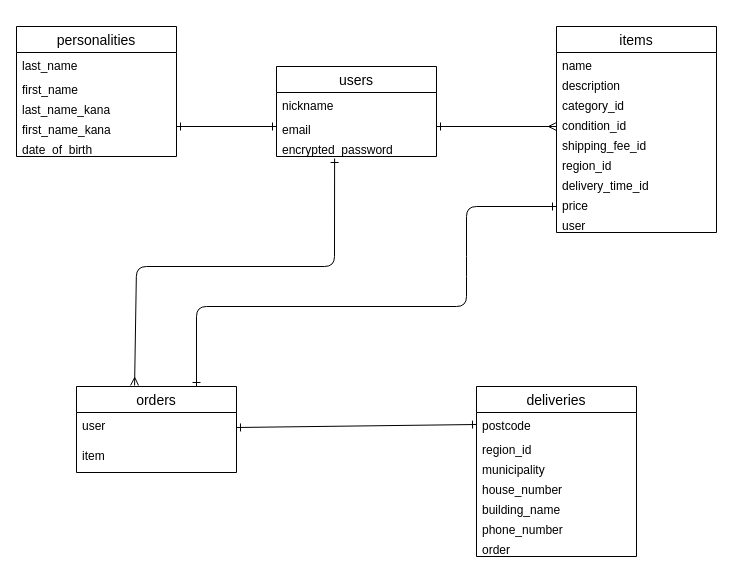
This is furima.dio from ryosuke2012/furima-38615, a draw.io file, before an edit. Source tidied: cells renumbered, new cells numbered last; positions are measured from the earlier drawing's top-left corner, leaving out a move shared by most shapes. Both pictures are drawn from the tidied source at 100%, with x=0, y=0 at pixel (16, 26).
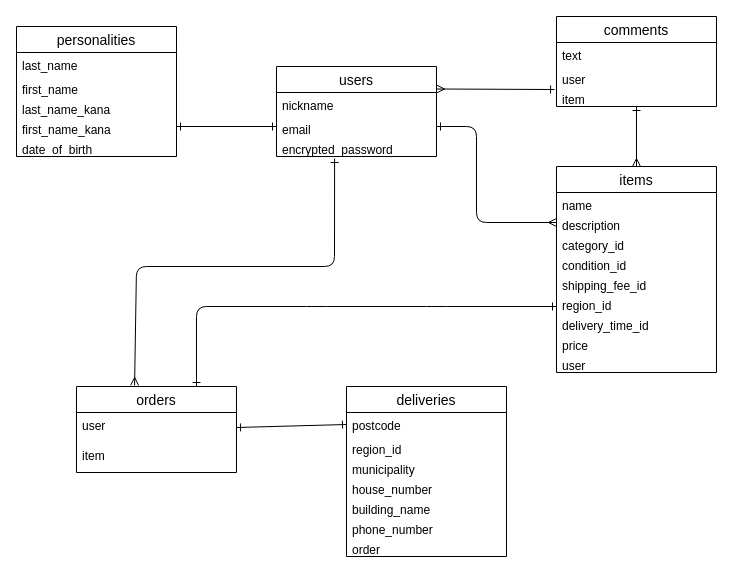
The same page after the edit.

Commit message (it also covers changes not shown here):
データベースの修正

Unchanged cells that the change refers to:
```xml
<mxCell id="2" value="users" style="swimlane;fontStyle=0;horizontal=1;startSize=26;align=center;fontSize=14;" parent="1" vertex="1">
  <mxGeometry x="260" y="40" width="160" height="90" as="geometry" />
</mxCell>
<mxCell id="8" value="description" style="text;strokeColor=none;fillColor=none;spacingLeft=4;spacingRight=4;overflow=hidden;points=[[0,0.5],[1,0.5]];portConstraint=eastwest;fontSize=12;" parent="6" vertex="1">
  <mxGeometry y="46" width="160" height="20" as="geometry" />
</mxCell>
<mxCell id="17" value="orders" style="swimlane;fontStyle=0;horizontal=1;startSize=26;align=center;fontSize=14;" parent="1" vertex="1">
  <mxGeometry x="60" y="360" width="160" height="86" as="geometry" />
</mxCell>
```

What changed in the source:
```diff
@@
+    <mxCell id="38" style="edgeStyle=none;html=1;exitX=1;exitY=0.25;exitDx=0;exitDy=0;entryX=-0.012;entryY=0.15;entryDx=0;entryDy=0;entryPerimeter=0;startArrow=ERmany;startFill=0;endArrow=ERone;endFill=0;" parent="1" edge="1" source="2" target="43">
+      <mxGeometry relative="1" as="geometry" />
+    </mxCell>
@@
+    <mxCell id="39" style="edgeStyle=none;html=1;exitX=0.5;exitY=0;exitDx=0;exitDy=0;entryX=0.5;entryY=1;entryDx=0;entryDy=0;entryPerimeter=0;startArrow=ERmany;startFill=0;endArrow=ERone;endFill=0;" parent="1" edge="1" source="6" target="43">
+      <mxGeometry relative="1" as="geometry" />
+    </mxCell>
     <mxCell id="6" value="items" style="swimlane;fontStyle=0;horizontal=1;startSize=26;align=center;fontSize=14;" parent="1" vertex="1">
-      <mxGeometry x="540" width="160" height="206" as="geometry" />
+      <mxGeometry x="540" y="140" width="160" height="206" as="geometry" />
     </mxCell>
@@
     <mxCell id="20" value="deliveries" style="swimlane;fontStyle=0;horizontal=1;startSize=26;align=center;fontSize=14;" parent="1" vertex="1">
-      <mxGeometry x="460" y="360" width="160" height="170" as="geometry" />
+      <mxGeometry x="330" y="360" width="160" height="170" as="geometry" />
     </mxCell>
@@
-    <mxCell id="28" style="edgeStyle=none;html=1;endArrow=ERmany;endFill=0;startArrow=ERone;startFill=0;exitX=1;exitY=0.5;exitDx=0;exitDy=0;" parent="1" edge="1">
+    <mxCell id="28" style="edgeStyle=none;html=1;endArrow=ERmany;endFill=0;startArrow=ERone;startFill=0;exitX=1;exitY=0.5;exitDx=0;exitDy=0;entryX=0;entryY=0.5;entryDx=0;entryDy=0;" parent="1" edge="1" target="8">
       <mxGeometry relative="1" as="geometry">
         <mxPoint x="420" y="100" as="sourcePoint" />
-        <mxPoint x="540" y="100" as="targetPoint" />
+        <Array as="points">
+          <mxPoint x="460" y="100" />
+          <mxPoint x="460" y="196" />
+        </Array>
       </mxGeometry>
     </mxCell>
     <mxCell id="29" style="edgeStyle=none;html=1;entryX=0.75;entryY=0;entryDx=0;entryDy=0;startArrow=ERone;startFill=0;endArrow=ERone;endFill=0;" parent="1" edge="1" target="17">
       <mxGeometry relative="1" as="geometry">
-        <mxPoint x="540" y="180" as="sourcePoint" />
+        <mxPoint x="540" y="280" as="sourcePoint" />
         <Array as="points">
-          <mxPoint x="450" y="180" />
-          <mxPoint x="450" y="240" />
-          <mxPoint x="450" y="280" />
+          <mxPoint x="420" y="280" />
+          <mxPoint x="300" y="280" />
           <mxPoint x="180" y="280" />
         </Array>
       </mxGeometry>
     </mxCell>
@@
+    <mxCell id="40" value="comments" style="swimlane;fontStyle=0;horizontal=1;startSize=26;align=center;fontSize=14;" parent="1" vertex="1">
+      <mxGeometry x="540" y="-10" width="160" height="90" as="geometry" />
+    </mxCell>
+    <mxCell id="41" value="text" style="text;strokeColor=none;fillColor=none;spacingLeft=4;spacingRight=4;overflow=hidden;fontSize=12;" parent="40" vertex="1">
+      <mxGeometry y="26" width="160" height="24" as="geometry" />
+    </mxCell>
+    <mxCell id="42" value="user" style="text;strokeColor=none;fillColor=none;spacingLeft=4;spacingRight=4;overflow=hidden;fontSize=12;" parent="40" vertex="1">
+      <mxGeometry y="50" width="160" height="20" as="geometry" />
+    </mxCell>
+    <mxCell id="43" value="item" style="text;strokeColor=none;fillColor=none;spacingLeft=4;spacingRight=4;overflow=hidden;points=[[0,0.5],[1,0.5]];portConstraint=eastwest;fontSize=12;" parent="40" vertex="1">
+      <mxGeometry y="70" width="160" height="20" as="geometry" />
+    </mxCell>
```
